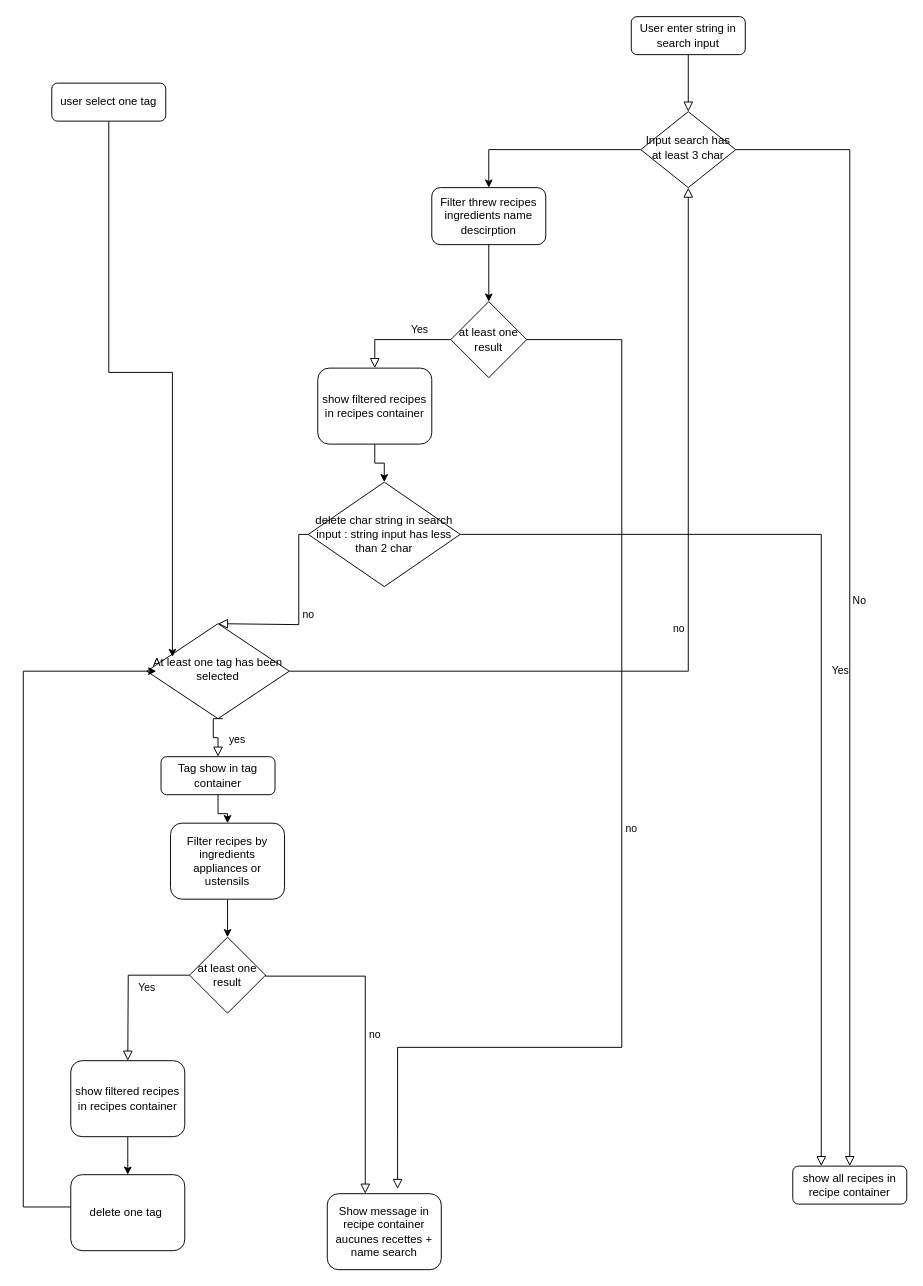
alexandretoullec/Petits_Plats_P7 keeps this draw.io diagram as algo.drawio. Above is the earlier version. Source tidied: cells renumbered, new cells numbered last; positions are measured from the earlier drawing's top-left corner, leaving out a move shared by most shapes. Both pictures are drawn from the tidied source at 95%, with x=0, y=0 at pixel (23, 16).
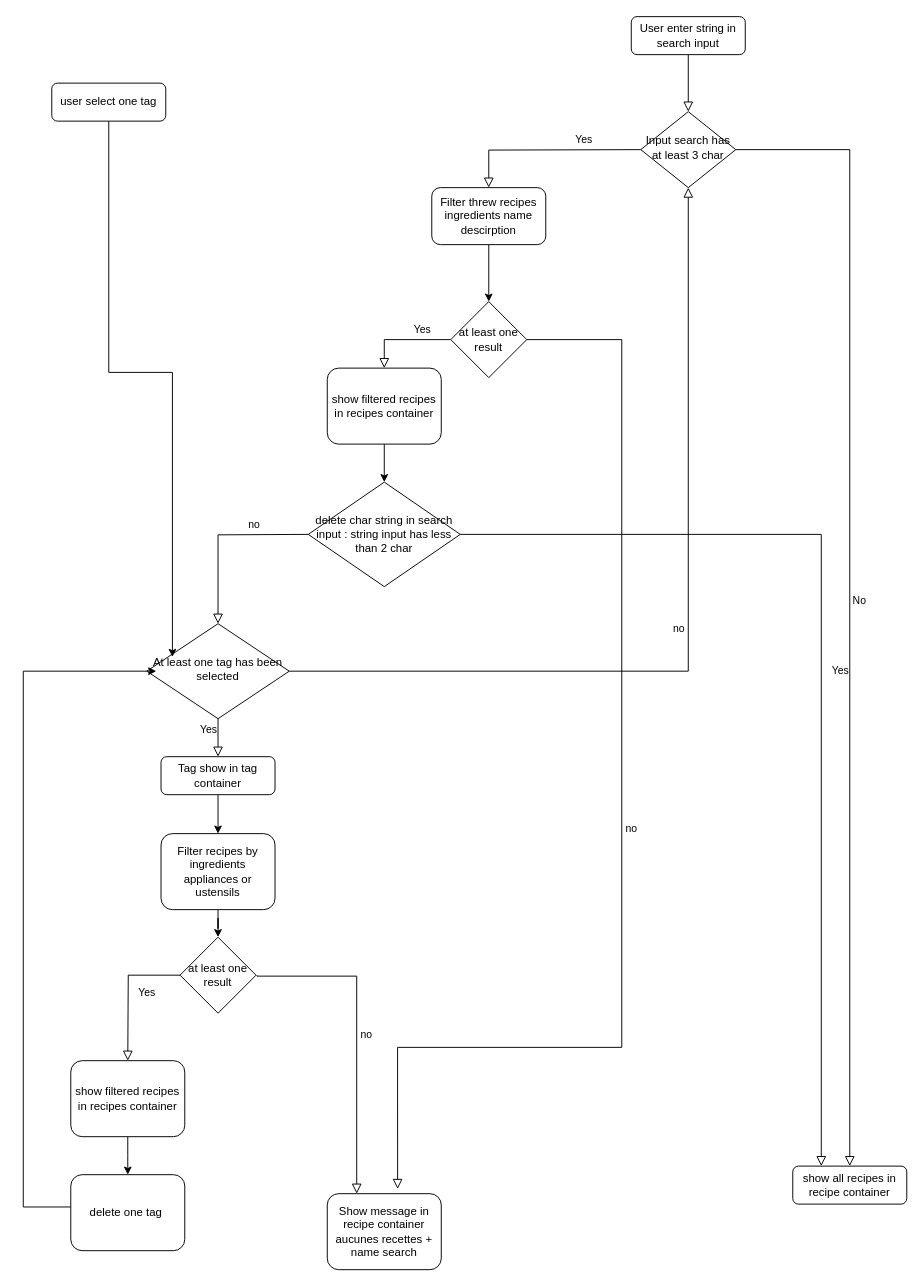
The same diagram, later.

Commit message (it also covers changes not shown here):
Mettre à jour algo.drawio

The change refers to these unchanged cells:
```xml
<mxCell id="6" value="Input search has at least 3 char" style="rhombus;whiteSpace=wrap;html=1;shadow=0;fontFamily=Helvetica;fontSize=12;align=center;strokeWidth=1;spacing=6;spacingTop=-4;" parent="1" vertex="1">
  <mxGeometry x="650" y="100" width="100" height="80" as="geometry" />
</mxCell>
<mxCell id="10" value="At least one tag has been selected" style="rhombus;whiteSpace=wrap;html=1;shadow=0;fontFamily=Helvetica;fontSize=12;align=center;strokeWidth=1;spacing=6;spacingTop=-4;" parent="1" vertex="1">
  <mxGeometry x="130" y="639" width="150" height="100" as="geometry" />
</mxCell>
<mxCell id="12" value="Tag show in tag container" style="rounded=1;whiteSpace=wrap;html=1;fontSize=12;glass=0;strokeWidth=1;shadow=0;" parent="1" vertex="1">
  <mxGeometry x="145" y="779" width="120" height="40" as="geometry" />
</mxCell>
<mxCell id="24" value="Show message in recipe container aucunes recettes + name search" style="rounded=1;whiteSpace=wrap;html=1;fontSize=12;glass=0;strokeWidth=1;shadow=0;" parent="1" vertex="1">
  <mxGeometry x="320" y="1239" width="120" height="80" as="geometry" />
</mxCell>
<mxCell id="25" value="delete char string in search input : string input has less than 2 char" style="rhombus;whiteSpace=wrap;html=1;" parent="1" vertex="1">
  <mxGeometry x="300" y="490" width="160" height="110" as="geometry" />
</mxCell>
<mxCell id="28" value="Filter threw recipes ingredients name descirption" style="rounded=1;whiteSpace=wrap;html=1;fontSize=12;glass=0;strokeWidth=1;shadow=0;" parent="1" vertex="1">
  <mxGeometry x="430" y="180" width="120" height="60" as="geometry" />
</mxCell>
```

Diff of the diagram source:
```diff
@@
-    <mxCell id="5" style="edgeStyle=orthogonalEdgeStyle;rounded=0;jettySize=auto;html=1;entryX=0.5;entryY=0;entryDx=0;entryDy=0;" parent="1" edge="1" source="6" target="28">
-      <mxGeometry relative="1" as="geometry" />
-    </mxCell>
@@
-    <mxCell id="8" value="yes" style="rounded=0;html=1;jettySize=auto;fontSize=11;endArrow=block;endFill=0;endSize=8;strokeWidth=1;shadow=0;labelBackgroundColor=none;edgeStyle=orthogonalEdgeStyle;exitX=0.533;exitY=1;exitDx=0;exitDy=0;exitPerimeter=0;" parent="1" edge="1" source="10" target="12">
-      <mxGeometry x="0.33" y="20" relative="1" as="geometry">
-        <Array as="points">
-          <mxPoint x="200" y="739" />
-          <mxPoint x="200" y="759" />
-          <mxPoint x="205" y="759" />
-        </Array>
-      </mxGeometry>
-    </mxCell>
@@
     <mxCell id="16" value="Filter recipes by ingredients appliances or ustensils" style="rounded=1;whiteSpace=wrap;html=1;fontSize=12;glass=0;strokeWidth=1;shadow=0;" parent="1" vertex="1">
-      <mxGeometry x="155" y="849" width="120" height="80" as="geometry" />
+      <mxGeometry x="145" y="860" width="120" height="80" as="geometry" />
     </mxCell>
     <mxCell id="17" value="at least one result" style="rhombus;whiteSpace=wrap;html=1;" parent="1" vertex="1">
-      <mxGeometry x="175" y="969" width="80" height="80" as="geometry" />
+      <mxGeometry x="165" y="969" width="80" height="80" as="geometry" />
     </mxCell>
@@
-    <mxCell id="23" value="no" style="edgeStyle=orthogonalEdgeStyle;rounded=0;html=1;jettySize=auto;fontSize=11;endArrow=block;endFill=0;endSize=8;strokeWidth=1;shadow=0;labelBackgroundColor=none;" parent="1" edge="1" target="24">
+    <mxCell id="23" value="no" style="edgeStyle=orthogonalEdgeStyle;rounded=0;html=1;jettySize=auto;orthogonalLoop=1;fontSize=11;endArrow=block;endFill=0;endSize=8;strokeWidth=1;shadow=0;labelBackgroundColor=none;" parent="1" edge="1">
       <mxGeometry y="10" relative="1" as="geometry">
-        <mxPoint x="255" y="1009" as="sourcePoint" />
+        <mxPoint x="246" y="1009" as="sourcePoint" />
+        <mxPoint x="351" y="1239" as="targetPoint" />
         <Array as="points">
-          <mxPoint x="255" y="1010" />
-          <mxPoint x="360" y="1010" />
+          <mxPoint x="246" y="1010" />
+          <mxPoint x="351" y="1010" />
         </Array>
       </mxGeometry>
     </mxCell>
@@
     <mxCell id="33" value="show filtered recipes in recipes container" style="rounded=1;whiteSpace=wrap;html=1;fontSize=12;glass=0;strokeWidth=1;shadow=0;" parent="1" vertex="1">
-      <mxGeometry x="310" y="370" width="120" height="80" as="geometry" />
+      <mxGeometry x="320" y="370" width="120" height="80" as="geometry" />
     </mxCell>
+    <mxCell id="8" value="Yes" style="rounded=0;html=1;jettySize=auto;fontSize=11;endArrow=block;endFill=0;endSize=8;strokeWidth=1;shadow=0;labelBackgroundColor=none;edgeStyle=orthogonalEdgeStyle;entryX=0.5;entryY=0;entryDx=0;entryDy=0;exitX=0.5;exitY=1;exitDx=0;exitDy=0;" parent="1" edge="1" source="10" target="12">
+      <mxGeometry x="-0.4" y="-10" relative="1" as="geometry" />
+    </mxCell>
-    <mxCell id="34" value="no" style="edgeStyle=orthogonalEdgeStyle;rounded=0;html=1;jettySize=auto;fontSize=11;endArrow=block;endFill=0;endSize=8;strokeWidth=1;shadow=0;labelBackgroundColor=none;exitX=0;exitY=0.5;exitDx=0;exitDy=0;entryX=0.5;entryY=0;entryDx=0;entryDy=0;" parent="1" edge="1" source="25" target="10">
-      <mxGeometry y="10" relative="1" as="geometry">
-        <Array as="points">
-          <mxPoint x="290" y="545" />
-          <mxPoint x="290" y="640" />
-        </Array>
+    <mxCell id="34" value="no" style="rounded=0;html=1;jettySize=auto;fontSize=11;endArrow=block;endFill=0;endSize=8;strokeWidth=1;shadow=0;labelBackgroundColor=none;edgeStyle=orthogonalEdgeStyle;entryX=0.5;entryY=0;entryDx=0;entryDy=0;exitX=0;exitY=0.5;exitDx=0;exitDy=0;" parent="1" edge="1" target="10">
+      <mxGeometry x="-0.4" y="-10" relative="1" as="geometry">
+        <mxPoint x="300" y="545" as="sourcePoint" />
       </mxGeometry>
     </mxCell>
+    <mxCell id="35" value="Yes" style="rounded=0;html=1;jettySize=auto;fontSize=11;endArrow=block;endFill=0;endSize=8;strokeWidth=1;shadow=0;labelBackgroundColor=none;edgeStyle=orthogonalEdgeStyle;entryX=0.5;entryY=0;entryDx=0;entryDy=0;exitX=0;exitY=0.5;exitDx=0;exitDy=0;" parent="1" edge="1" target="28">
+      <mxGeometry x="-0.4" y="-10" relative="1" as="geometry">
+        <mxPoint x="650" y="140" as="sourcePoint" />
+      </mxGeometry>
+    </mxCell>
```
